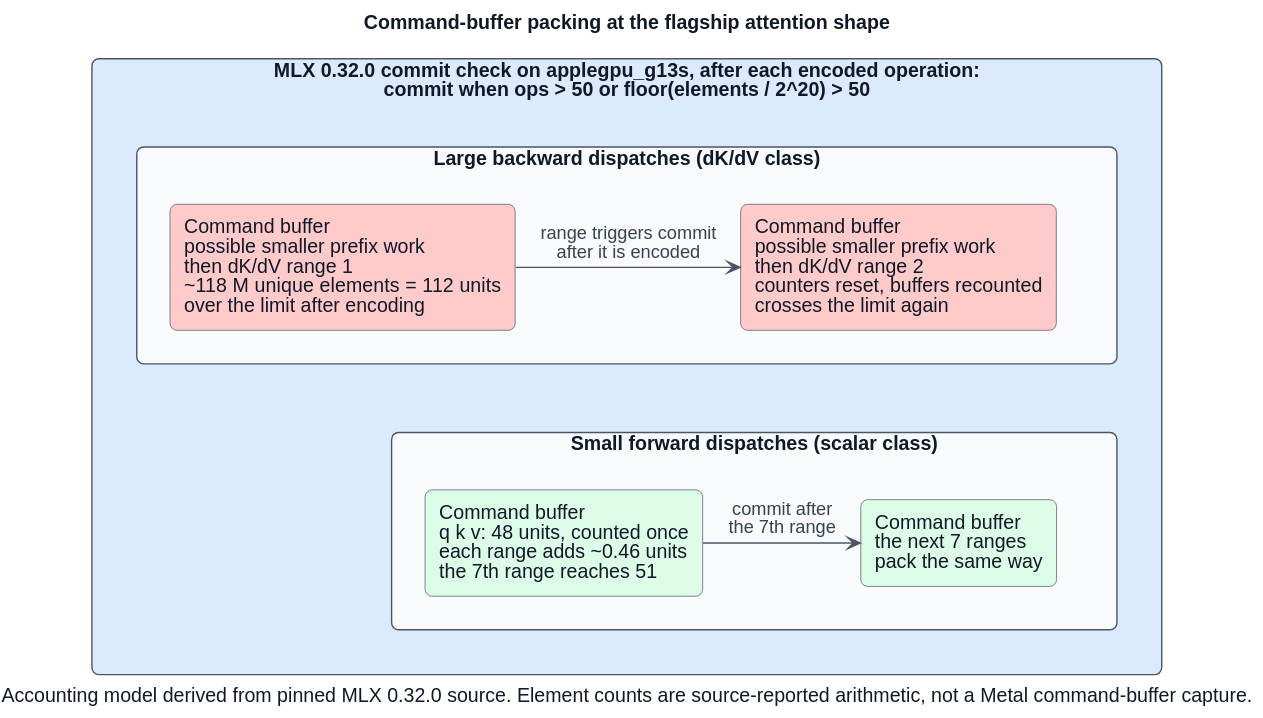
IonDen/mlx-train-perf keeps this PlantUML diagram as docs/papers/diagrams/command-buffer-packing-sequence.svg. Above is the earlier version.
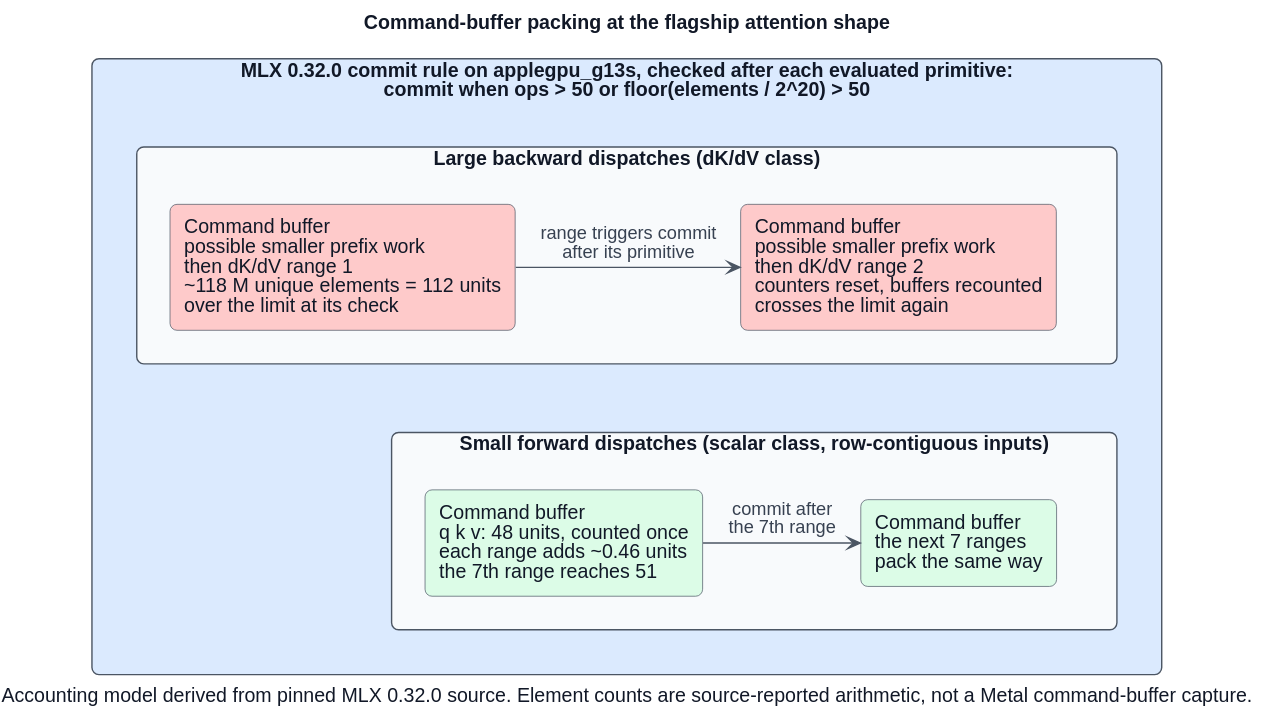
After the commit.

Commit message:
Rewrite the bottleneck paper and update the command-buffer paper (#31)

What changed in the source:
```diff
@@ -14,21 +14,21 @@
   BackgroundColor #F8FAFC
 }
 
-rectangle "MLX 0.32.0 commit check on applegpu_g13s, after each encoded operation:\ncommit when ops > 50 or floor(elements / 2^20) > 50" as rule #DBEAFE {
+rectangle "MLX 0.32.0 commit rule on applegpu_g13s, checked after each evaluated primitive:\ncommit when ops > 50 or floor(elements / 2^20) > 50" as rule #DBEAFE {
 
   rectangle "Large backward dispatches (dK/dV class)" as laneA {
-    rectangle "Command buffer\npossible smaller prefix work\nthen dK/dV range 1\n~118 M unique elements = 112 units\nover the limit after encoding" as a1 #FECACA
+    rectangle "Command buffer\npossible smaller prefix work\nthen dK/dV range 1\n~118 M unique elements = 112 units\nover the limit at its check" as a1 #FECACA
     rectangle "Command buffer\npossible smaller prefix work\nthen dK/dV range 2\ncounters reset, buffers recounted\ncrosses the limit again" as a2 #FECACA
   }
 
-  rectangle "Small forward dispatches (scalar class)" as laneB {
+  rectangle "Small forward dispatches (scalar class, row-contiguous inputs)" as laneB {
     rectangle "Command buffer\nq k v: 48 units, counted once\neach range adds ~0.46 units\nthe 7th range reaches 51" as b1 #DCFCE7
     rectangle "Command buffer\nthe next 7 ranges\npack the same way" as b2 #DCFCE7
   }
 }
 
 laneA -[hidden]down- laneB
-a1 -right-> a2 : range triggers commit\nafter it is encoded
+a1 -right-> a2 : range triggers commit\nafter its primitive
 b1 -right-> b2 : commit after\nthe 7th range
 
 caption Accounting model derived from pinned MLX 0.32.0 source. Element counts are source-reported arithmetic, not a Metal command-buffer capture.
```
